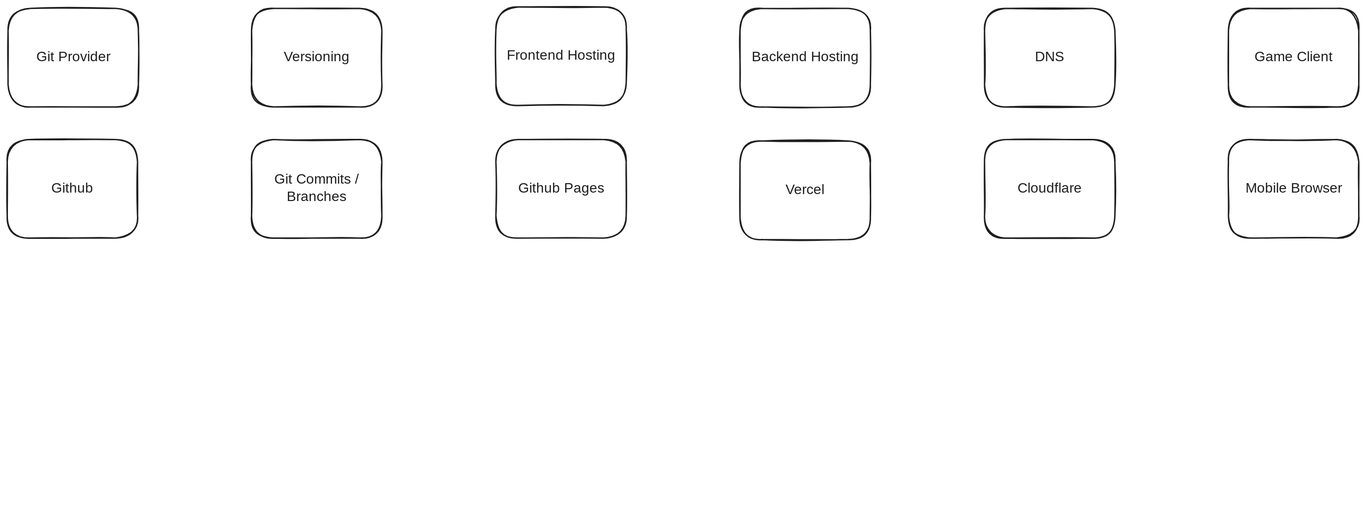
Above: architecture-docs/architecture.excalidraw.svg in potnoodledev/gameday (Excalidraw), before the change. Source tidied: one line per element, renumbered; positions are measured from the earlier drawing's top-left corner, leaving out a move shared by most shapes. Source of this version:
```json
{"id": 0, "type": "rectangle", "strokeColor": "#1e1e1e", "strokeWidth": 2, "roughness": 1, "round": true, "x": 1, "y": 2, "width": 187, "height": 141}
{"id": 1, "type": "text", "text": "Git Provider", "strokeColor": "#1e1e1e", "strokeWidth": 2, "roughness": 1, "fontSize": 20, "fontFamily": 5, "textAlign": "center", "verticalAlign": "middle", "inside": 0, "x": 35, "y": 60, "width": 120, "height": 25}
{"id": 2, "type": "rectangle", "strokeColor": "#1e1e1e", "strokeWidth": 2, "roughness": 1, "round": true, "x": 1753, "y": 2, "width": 187, "height": 141}
{"id": 3, "type": "text", "text": "Game Client", "strokeColor": "#1e1e1e", "strokeWidth": 2, "roughness": 1, "fontSize": 20, "fontFamily": 5, "textAlign": "center", "verticalAlign": "middle", "inside": 2, "x": 1790, "y": 60, "width": 113, "height": 25}
{"id": 4, "type": "rectangle", "strokeColor": "#1e1e1e", "strokeWidth": 2, "roughness": 1, "round": true, "x": 0, "y": 190, "width": 187, "height": 141}
{"id": 5, "type": "text", "text": "Github", "strokeColor": "#1e1e1e", "strokeWidth": 2, "roughness": 1, "fontSize": 20, "fontFamily": 5, "textAlign": "center", "verticalAlign": "middle", "inside": 4, "x": 61, "y": 249, "width": 65, "height": 25}
{"id": 6, "type": "rectangle", "strokeColor": "#1e1e1e", "strokeWidth": 2, "roughness": 1, "round": true, "x": 1753, "y": 190, "width": 187, "height": 141}
{"id": 7, "type": "text", "text": "Mobile Browser", "strokeColor": "#1e1e1e", "strokeWidth": 2, "roughness": 1, "fontSize": 20, "fontFamily": 5, "textAlign": "center", "verticalAlign": "middle", "inside": 6, "x": 1774, "y": 249, "width": 146, "height": 25}
{"id": 8, "type": "rectangle", "strokeColor": "#1e1e1e", "strokeWidth": 2, "roughness": 1, "round": true, "x": 1403, "y": 2, "width": 187, "height": 141}
{"id": 9, "type": "text", "text": "DNS", "strokeColor": "#1e1e1e", "strokeWidth": 2, "roughness": 1, "fontSize": 20, "fontFamily": 5, "textAlign": "center", "verticalAlign": "middle", "inside": 8, "x": 1476, "y": 60, "width": 41, "height": 25}
{"id": 10, "type": "rectangle", "strokeColor": "#1e1e1e", "strokeWidth": 2, "roughness": 1, "round": true, "x": 1403, "y": 190, "width": 187, "height": 141}
{"id": 11, "type": "text", "text": "Cloudflare", "strokeColor": "#1e1e1e", "strokeWidth": 2, "roughness": 1, "fontSize": 20, "fontFamily": 5, "textAlign": "center", "verticalAlign": "middle", "inside": 10, "x": 1448, "y": 249, "width": 97, "height": 25}
{"id": 12, "type": "rectangle", "strokeColor": "#1e1e1e", "strokeWidth": 2, "roughness": 1, "round": true, "x": 701, "y": 0, "width": 187, "height": 141}
{"id": 13, "type": "text", "text": "Frontend Hosting", "strokeColor": "#1e1e1e", "strokeWidth": 2, "roughness": 1, "fontSize": 20, "fontFamily": 5, "textAlign": "center", "verticalAlign": "middle", "inside": 12, "x": 711, "y": 58, "width": 168, "height": 25}
{"id": 14, "type": "rectangle", "strokeColor": "#1e1e1e", "strokeWidth": 2, "roughness": 1, "round": true, "x": 701, "y": 190, "width": 187, "height": 141}
{"id": 15, "type": "text", "text": "Github Pages", "strokeColor": "#1e1e1e", "strokeWidth": 2, "roughness": 1, "fontSize": 20, "fontFamily": 5, "textAlign": "center", "verticalAlign": "middle", "inside": 14, "x": 730, "y": 249, "width": 130, "height": 25}
{"id": 16, "type": "rectangle", "strokeColor": "#1e1e1e", "strokeWidth": 2, "roughness": 1, "round": true, "x": 351, "y": 2, "width": 187, "height": 141}
{"id": 17, "type": "text", "text": "Versioning", "strokeColor": "#1e1e1e", "strokeWidth": 2, "roughness": 1, "fontSize": 20, "fontFamily": 5, "textAlign": "center", "verticalAlign": "middle", "inside": 16, "x": 397, "y": 60, "width": 95, "height": 25}
{"id": 18, "type": "rectangle", "strokeColor": "#1e1e1e", "strokeWidth": 2, "roughness": 1, "round": true, "x": 351, "y": 190, "width": 187, "height": 141}
{"id": 19, "type": "text", "text": "Git Commits /\nBranches", "strokeColor": "#1e1e1e", "strokeWidth": 2, "roughness": 1, "fontSize": 20, "fontFamily": 5, "textAlign": "center", "verticalAlign": "middle", "inside": 18, "x": 376, "y": 236, "width": 137, "height": 50}
{"id": 20, "type": "rectangle", "strokeColor": "#1e1e1e", "strokeWidth": 2, "roughness": 1, "round": true, "x": 1052, "y": 2, "width": 187, "height": 141}
{"id": 21, "type": "text", "text": "Backend Hosting", "strokeColor": "#1e1e1e", "strokeWidth": 2, "roughness": 1, "fontSize": 20, "fontFamily": 5, "textAlign": "center", "verticalAlign": "middle", "inside": 20, "x": 1065, "y": 60, "width": 161, "height": 25}
{"id": 22, "type": "rectangle", "strokeColor": "#1e1e1e", "strokeWidth": 2, "roughness": 1, "round": true, "x": 1052, "y": 192, "width": 187, "height": 141}
{"id": 23, "type": "text", "text": "Vercel", "strokeColor": "#1e1e1e", "strokeWidth": 2, "roughness": 1, "fontSize": 20, "fontFamily": 5, "textAlign": "center", "verticalAlign": "middle", "inside": 22, "x": 1118, "y": 251, "width": 56, "height": 25}
```
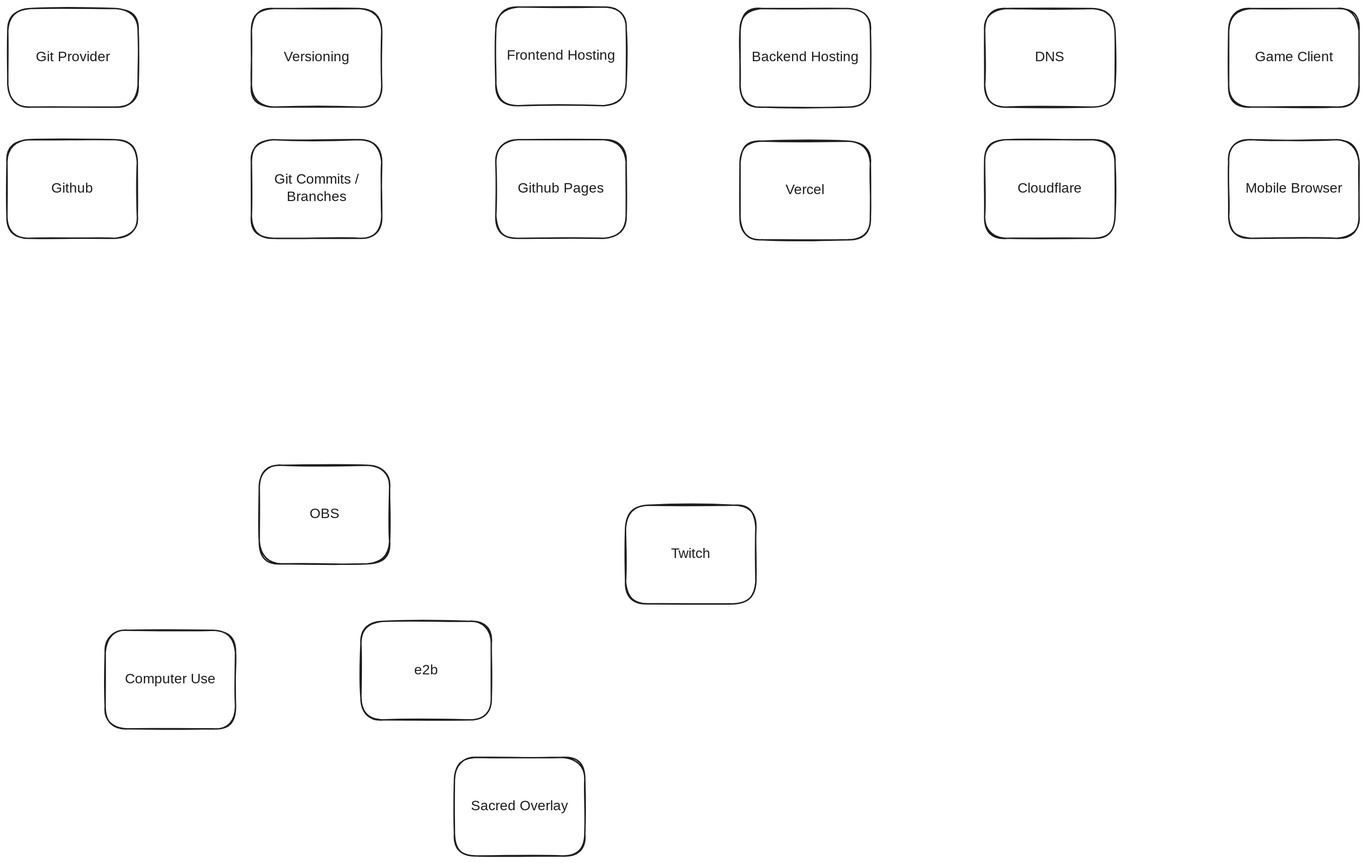
Above is the later version.

What changed in the source:
```diff
@@ -22,3 +22,13 @@
 {"id": 21, "type": "text", "text": "Backend Hosting", "strokeColor": "#1e1e1e", "strokeWidth": 2, "roughness": 1, "fontSize": 20, "fontFamily": 5, "textAlign": "center", "verticalAlign": "middle", "inside": 20, "x": 1065, "y": 60, "width": 161, "height": 25}
 {"id": 22, "type": "rectangle", "strokeColor": "#1e1e1e", "strokeWidth": 2, "roughness": 1, "round": true, "x": 1052, "y": 192, "width": 187, "height": 141}
 {"id": 23, "type": "text", "text": "Vercel", "strokeColor": "#1e1e1e", "strokeWidth": 2, "roughness": 1, "fontSize": 20, "fontFamily": 5, "textAlign": "center", "verticalAlign": "middle", "inside": 22, "x": 1118, "y": 251, "width": 56, "height": 25}
+{"id": 24, "type": "rectangle", "strokeColor": "#1e1e1e", "strokeWidth": 2, "roughness": 1, "round": true, "x": 888, "y": 715, "width": 187, "height": 141}
+{"id": 25, "type": "text", "text": "Twitch", "strokeColor": "#1e1e1e", "strokeWidth": 2, "roughness": 1, "fontSize": 20, "fontFamily": 5, "textAlign": "center", "verticalAlign": "middle", "inside": 24, "x": 948, "y": 773, "width": 67, "height": 25}
+{"id": 26, "type": "rectangle", "strokeColor": "#1e1e1e", "strokeWidth": 2, "roughness": 1, "round": true, "x": 141, "y": 894, "width": 187, "height": 141}
+{"id": 27, "type": "text", "text": "Computer Use", "strokeColor": "#1e1e1e", "strokeWidth": 2, "roughness": 1, "fontSize": 20, "fontFamily": 5, "textAlign": "center", "verticalAlign": "middle", "inside": 26, "x": 168, "y": 953, "width": 134, "height": 25}
+{"id": 28, "type": "rectangle", "strokeColor": "#1e1e1e", "strokeWidth": 2, "roughness": 1, "round": true, "x": 362, "y": 658, "width": 187, "height": 141}
+{"id": 29, "type": "text", "text": "OBS", "strokeColor": "#1e1e1e", "strokeWidth": 2, "roughness": 1, "fontSize": 20, "fontFamily": 5, "textAlign": "center", "verticalAlign": "middle", "inside": 28, "x": 434, "y": 716, "width": 42, "height": 25}
+{"id": 30, "type": "rectangle", "strokeColor": "#1e1e1e", "strokeWidth": 2, "roughness": 1, "round": true, "x": 642, "y": 1077, "width": 187, "height": 141}
+{"id": 31, "type": "text", "text": "Sacred Overlay", "strokeColor": "#1e1e1e", "strokeWidth": 2, "roughness": 1, "fontSize": 20, "fontFamily": 5, "textAlign": "center", "verticalAlign": "middle", "inside": 30, "x": 664, "y": 1135, "width": 144, "height": 25}
+{"id": 32, "type": "rectangle", "strokeColor": "#1e1e1e", "strokeWidth": 2, "roughness": 1, "round": true, "x": 508, "y": 882, "width": 187, "height": 141}
+{"id": 33, "type": "text", "text": "e2b", "strokeColor": "#1e1e1e", "strokeWidth": 2, "roughness": 1, "fontSize": 20, "fontFamily": 5, "textAlign": "center", "verticalAlign": "middle", "inside": 32, "x": 583, "y": 940, "width": 36, "height": 25}
```
